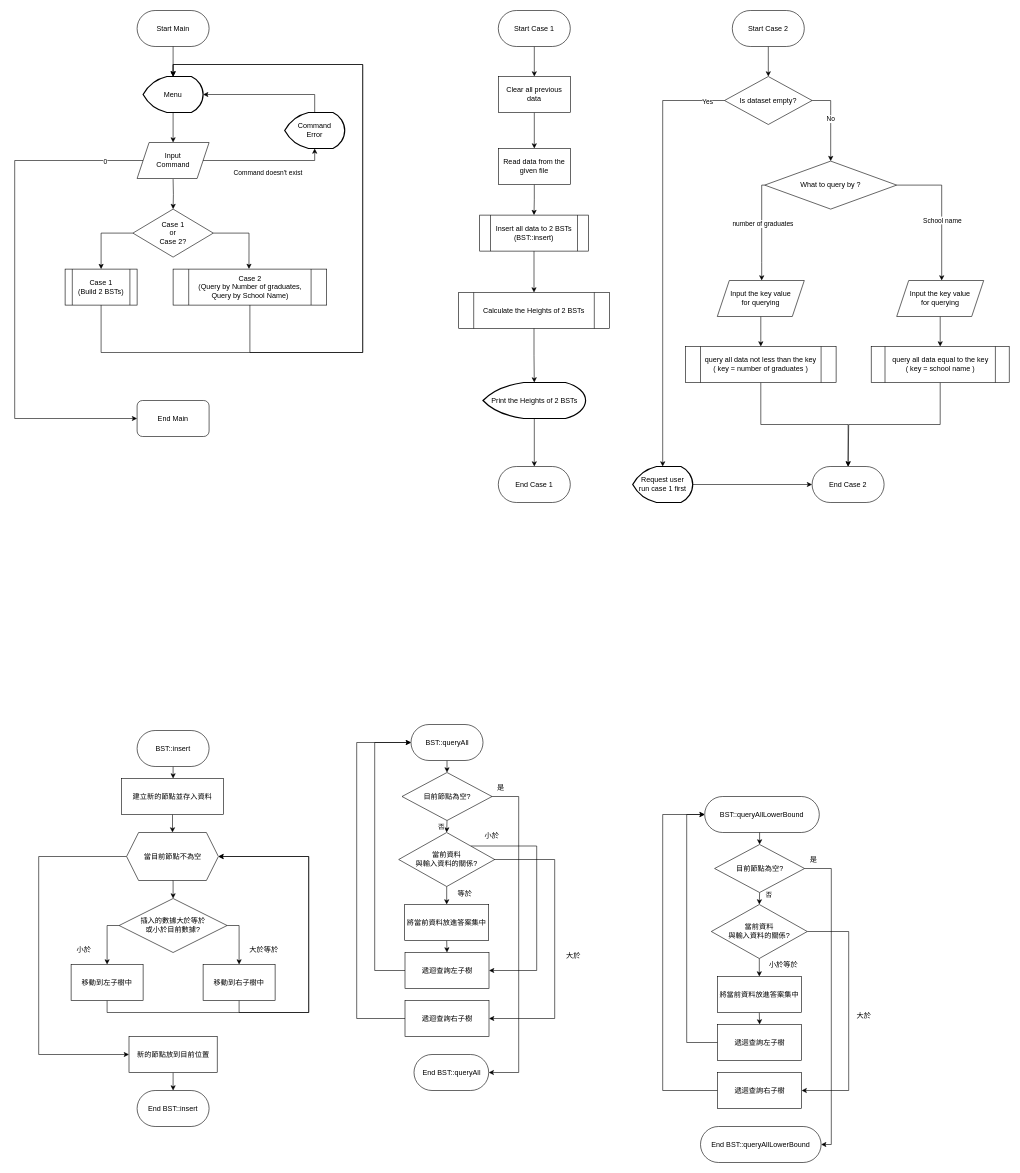
Earlier version of the draw.io diagram DS1ex4_19_11127137_11127152/DS1ex4流程圖.drawio (ja-errorpro/CYCS_DS). Source tidied: cells renumbered, new cells numbered last; positions are measured from the earlier drawing's top-left corner, leaving out a move shared by most shapes. Both pictures are drawn from the tidied source at 60%, with x=0, y=0 at pixel (14, 10).
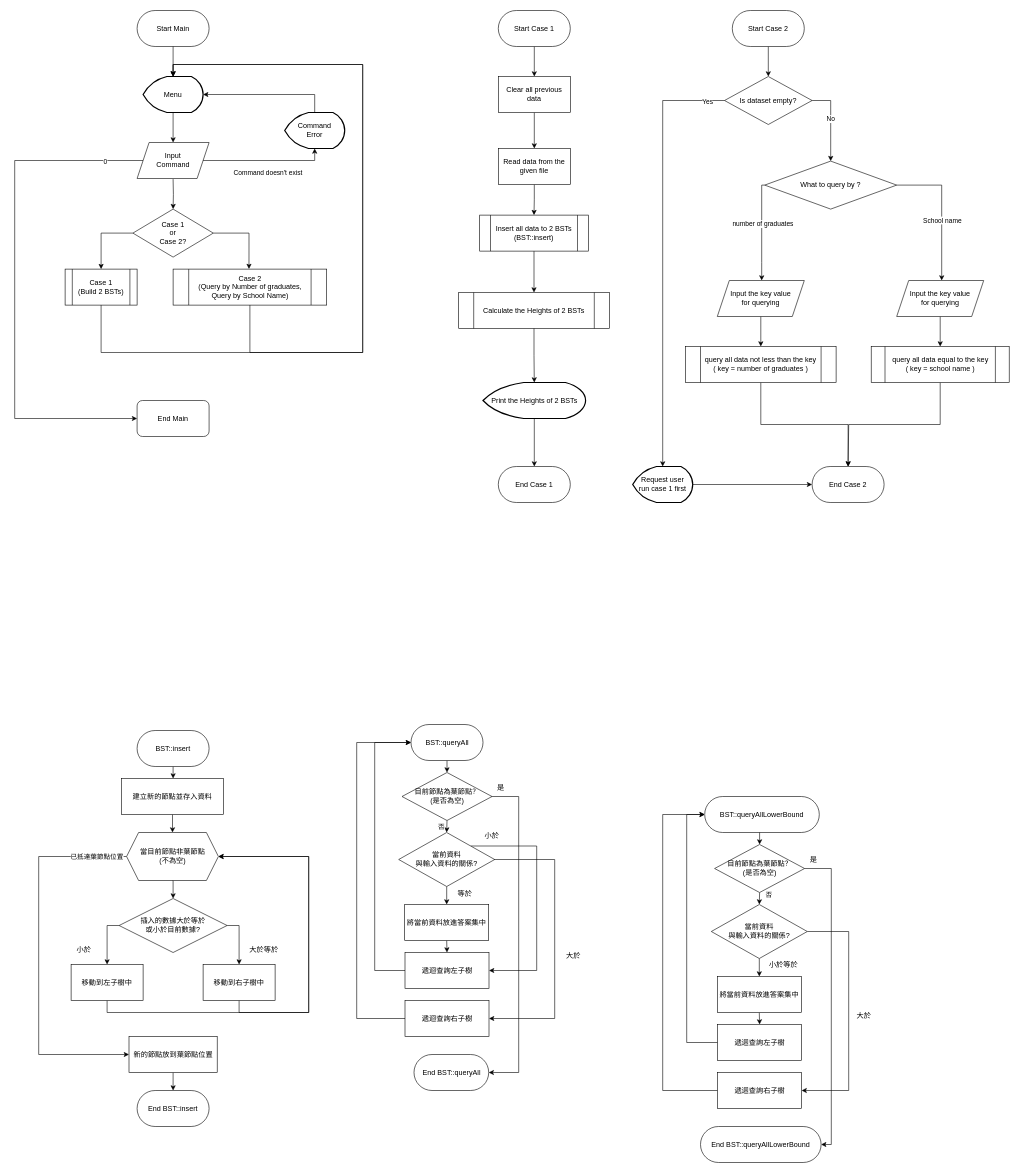
After the change.

Commit message:
Emphasize if the node is nullptr, then it is the leave of BST

The change refers to these unchanged cells:
```xml
<mxCell id="69" style="edgeStyle=orthogonalEdgeStyle;rounded=0;jettySize=auto;html=1;entryX=0;entryY=0.5;entryDx=0;entryDy=0;" parent="1" edge="1" source="70" target="78">
  <mxGeometry relative="1" as="geometry">
    <Array as="points">
      <mxPoint x="40" y="1410" />
      <mxPoint x="40" y="1740" />
    </Array>
  </mxGeometry>
</mxCell>
```

Diff of the diagram source:
```diff
@@
+    <mxCell id="117" value="已抵達葉節點位置" style="edgeLabel;html=1;align=center;verticalAlign=middle;" parent="69" vertex="1">
+      <mxGeometry x="-0.84" relative="1" as="geometry" />
+    </mxCell>
-    <mxCell id="70" value="當目前節點不為空" style="shape=hexagon;perimeter=hexagonPerimeter2;whiteSpace=wrap;html=1;fixedSize=1;" parent="1" vertex="1">
+    <mxCell id="70" value="當目前節點非葉節點&lt;br&gt;(不為空)" style="shape=hexagon;perimeter=hexagonPerimeter2;whiteSpace=wrap;html=1;fixedSize=1;" parent="1" vertex="1">
       <mxGeometry x="186.5" y="1370" width="153" height="80" as="geometry" />
     </mxCell>
@@
-    <mxCell id="78" value="新的節點放到目前位置" style="whiteSpace=wrap;html=1;" parent="1" vertex="1">
+    <mxCell id="78" value="新的節點放到葉節點位置" style="whiteSpace=wrap;html=1;" parent="1" vertex="1">
       <mxGeometry x="190.5" y="1710" width="147" height="60" as="geometry" />
     </mxCell>
@@
-    <mxCell id="82" value="目前節點為空?" style="rhombus;whiteSpace=wrap;html=1;" parent="1" vertex="1">
+    <mxCell id="82" value="目前節點為葉節點？&lt;br&gt;(是否為空)" style="rhombus;whiteSpace=wrap;html=1;" parent="1" vertex="1">
       <mxGeometry x="645.5" y="1270" width="150" height="80" as="geometry" />
     </mxCell>
@@
-    <mxCell id="103" value="目前節點為空?" style="rhombus;whiteSpace=wrap;html=1;" parent="1" vertex="1">
+    <mxCell id="103" value="目前節點為葉節點？&lt;br&gt;(是否為空)" style="rhombus;whiteSpace=wrap;html=1;" parent="1" vertex="1">
       <mxGeometry x="1166.5" y="1390" width="150" height="80" as="geometry" />
     </mxCell>
```
